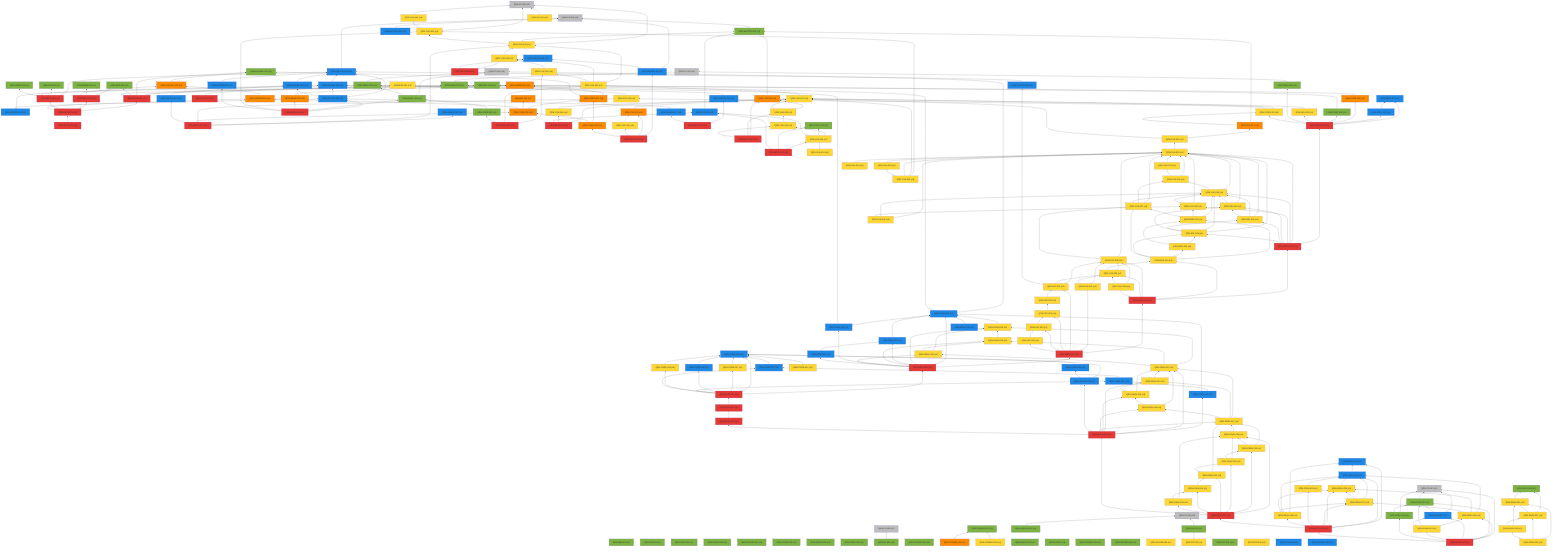
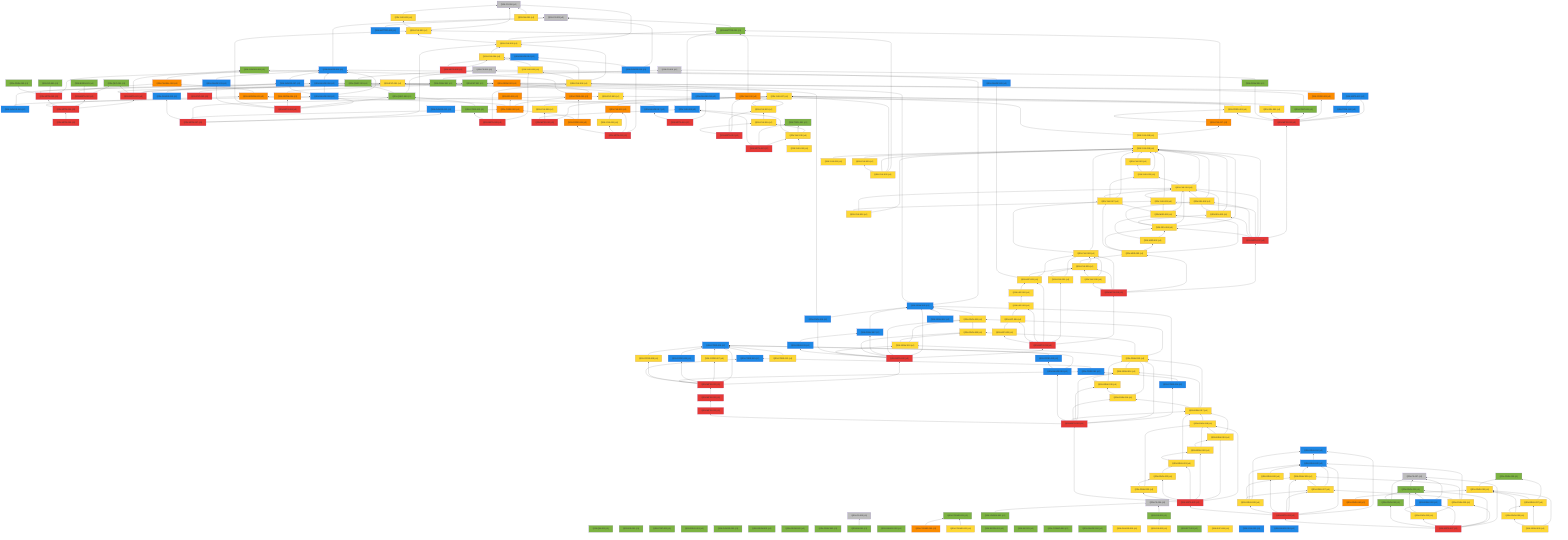
%% 自動生成 (dag/report.pl) — QRN 主張依存グラフ
graph BT
  QRN_C0_001["QRN-C0-001 (c0)"]:::c0
  QRN_C0_002["QRN-C0-002 (c0)"]:::c0
  QRN_C0_003["QRN-C0-003 (c0)"]:::c0
  QRN_C0_004["QRN-C0-004 (c0)"]:::c0
  QRN_C0_005["QRN-C0-005 (c0)"]:::c0
  QRN_C0_006["QRN-C0-006 (c0)"]:::c0
  QRN_QM_001["QRN-QM-001 (c1)"]:::c1
  QRN_GR_001["QRN-GR-001 (c1)"]:::c1
  QRN_STAT_001["QRN-STAT-001 (c1)"]:::c1
  QRN_FIELD_001["QRN-FIELD-001 (c1)"]:::c1
  QRN_GAUGE_001["QRN-GAUGE-001 (c1)"]:::c1
  QRN_ENT_001["QRN-ENT-001 (c1)"]:::c1
  QRN_GEOM_001["QRN-GEOM-001 (c1)"]:::c1
  QRN_GEOM_002["QRN-GEOM-002 (c1)"]:::c1
  QRN_GEOM_003["QRN-GEOM-003 (c3)"]:::c3
  QRN_GRAV_001["QRN-GRAV-001 (c1)"]:::c1
  QRN_GRAV_002["QRN-GRAV-002 (c1)"]:::c1
  QRN_BH_001["QRN-BH-001 (c1)"]:::c1
  QRN_CAUSAL_001["QRN-CAUSAL-001 (c1)"]:::c1
  QRN_CAUSAL_002["QRN-CAUSAL-002 (c3)"]:::c3
  QRN_ER_001["QRN-ER-001 (c3)"]:::c3
  QRN_QEC_001["QRN-QEC-001 (c1)"]:::c1
  QRN_GAUGE_002["QRN-GAUGE-002 (c1)"]:::c1
  QRN_COSMO_001["QRN-COSMO-001 (c1)"]:::c1
  QRN_COSMO_002["QRN-COSMO-002 (c4)"]:::c4
  QRN_COSMO_003["QRN-COSMO-003 (c3)"]:::c3
  QRN_BORN_001["QRN-BORN-001 (c1)"]:::c1
  QRN_BORN_002["QRN-BORN-002 (c1)"]:::c1
  QRN_GRAV_003["QRN-GRAV-003 (c1)"]:::c1
  QRN_KK_001["QRN-KK-001 (c1)"]:::c1
  QRN_MATTER_001["QRN-MATTER-001 (c1)"]:::c1
  QRN_MATTER_002["QRN-MATTER-002 (c2)"]:::c2
  QRN_COSMO_004["QRN-COSMO-004 (c1)"]:::c1
  QRN_EXP_001["QRN-EXP-001 (c4)"]:::c4
  QRN_GAUGE_003["QRN-GAUGE-003 (c2)"]:::c2
  QRN_GAUGE_004["QRN-GAUGE-004 (c1)"]:::c1
  QRN_GAUGE_005["QRN-GAUGE-005 (c4)"]:::c4
  QRN_YUK_001["QRN-YUK-001 (c4)"]:::c4
  QRN_RG_001["QRN-RG-001 (c1)"]:::c1
  QRN_UNRUH_001["QRN-UNRUH-001 (c1)"]:::c1
  QRN_QNEC_001["QRN-QNEC-001 (c1)"]:::c1
  QRN_NU_001["QRN-NU-001 (c4)"]:::c4
  QRN_GAUGE_006["QRN-GAUGE-006 (c2)"]:::c2
  QRN_DS_001["QRN-DS-001 (c1)"]:::c1
  QRN_DS_002["QRN-DS-002 (c4)"]:::c4
  QRN_ARROW_001["QRN-ARROW-001 (c3)"]:::c3
  QRN_GAUGE_007["QRN-GAUGE-007 (c2)"]:::c2
  QRN_EFT_001["QRN-EFT-001 (c1)"]:::c1
  QRN_GAUGE_008["QRN-GAUGE-008 (c2)"]:::c2
  QRN_GAUGE_009["QRN-GAUGE-009 (c2)"]:::c2
  QRN_GAUGE_010["QRN-GAUGE-010 (c2)"]:::c2
  QRN_QNEC_002["QRN-QNEC-002 (c1)"]:::c1
  QRN_GEOM_004["QRN-GEOM-004 (c3)"]:::c3
  QRN_YUK_002["QRN-YUK-002 (c4)"]:::c4
  QRN_EXP_002["QRN-EXP-002 (c5)"]:::c5
  QRN_CORE_001["QRN-CORE-001 (c3)"]:::c3
  QRN_GAUGE_011["QRN-GAUGE-011 (c2)"]:::c2
  QRN_GAUGE_012["QRN-GAUGE-012 (c2)"]:::c2
  QRN_YUK_003["QRN-YUK-003 (c4)"]:::c4
  QRN_EXP_003["QRN-EXP-003 (c4)"]:::c4
  QRN_CORE_002["QRN-CORE-002 (c3)"]:::c3
  QRN_GAUGE_013["QRN-GAUGE-013 (c2)"]:::c2
  QRN_YUK_004["QRN-YUK-004 (c4)"]:::c4
  QRN_GAUGE_014["QRN-GAUGE-014 (c2)"]:::c2
  QRN_META_001["QRN-META-001 (c5)"]:::c5
  QRN_META_002["QRN-META-002 (c5)"]:::c5
  QRN_META_003["QRN-META-003 (c5)"]:::c5
  QRN_META_004["QRN-META-004 (c5)"]:::c5
  QRN_META_005["QRN-META-005 (c5)"]:::c5
  QRN_META_006["QRN-META-006 (c5)"]:::c5
  QRN_META_007["QRN-META-007 (c5)"]:::c5
  QRN_META_008["QRN-META-008 (c5)"]:::c5
  QRN_YUK_005["QRN-YUK-005 (c4)"]:::c4
  QRN_YUK_006["QRN-YUK-006 (c4)"]:::c4
  QRN_CORE_003["QRN-CORE-003 (c1)"]:::c1
  QRN_META_009["QRN-META-009 (c5)"]:::c5
  QRN_YUK_007["QRN-YUK-007 (c4)"]:::c4
  QRN_YUK_008["QRN-YUK-008 (c4)"]:::c4
  QRN_YUK_009["QRN-YUK-009 (c2)"]:::c2
  QRN_META_010["QRN-META-010 (c5)"]:::c5
  QRN_GAUGE_015["QRN-GAUGE-015 (c2)"]:::c2
  QRN_YUK_010["QRN-YUK-010 (c3)"]:::c3
  QRN_YUK_011["QRN-YUK-011 (c4)"]:::c4
  QRN_CORE_004["QRN-CORE-004 (c3)"]:::c3
  QRN_META_011["QRN-META-011 (c5)"]:::c5
  QRN_YUK_012["QRN-YUK-012 (c3)"]:::c3
  QRN_YUK_013["QRN-YUK-013 (c4)"]:::c4
  QRN_YUK_014["QRN-YUK-014 (c4)"]:::c4
  QRN_META_012["QRN-META-012 (c5)"]:::c5
  QRN_TOOL_001["QRN-TOOL-001 (c1)"]:::c1
  QRN_YUK_015["QRN-YUK-015 (c4)"]:::c4
  QRN_META_013["QRN-META-013 (c5)"]:::c5
  QRN_GAUGE_016["QRN-GAUGE-016 (c2)"]:::c2
  QRN_GAUGE_017["QRN-GAUGE-017 (c2)"]:::c2
  QRN_META_014["QRN-META-014 (c5)"]:::c5
  QRN_META_015["QRN-META-015 (c2)"]:::c2
  QRN_TOOL_002["QRN-TOOL-002 (c2)"]:::c2
  QRN_CORE_005["QRN-CORE-005 (c3)"]:::c3
  QRN_CONT_001["QRN-CONT-001 (c1)"]:::c1
  QRN_SEL_001["QRN-SEL-001 (c4)"]:::c4
  QRN_GRAV_004["QRN-GRAV-004 (c1)"]:::c1
  QRN_PRED_001["QRN-PRED-001 (c4)"]:::c4
  QRN_META_016["QRN-META-016 (c5)"]:::c5
  QRN_YUK_016["QRN-YUK-016 (c4)"]:::c4
  QRN_YUK_017["QRN-YUK-017 (c3)"]:::c3
  QRN_YUK_018["QRN-YUK-018 (c4)"]:::c4
  QRN_YUK_019["QRN-YUK-019 (c4)"]:::c4
  QRN_YUK_020["QRN-YUK-020 (c4)"]:::c4
  QRN_YUK_021["QRN-YUK-021 (c4)"]:::c4
  QRN_YUK_022["QRN-YUK-022 (c4)"]:::c4
  QRN_YUK_023["QRN-YUK-023 (c4)"]:::c4
  QRN_YUK_024["QRN-YUK-024 (c4)"]:::c4
  QRN_YUK_025["QRN-YUK-025 (c4)"]:::c4
  QRN_SEL_002["QRN-SEL-002 (c4)"]:::c4
  QRN_SEL_003["QRN-SEL-003 (c4)"]:::c4
  QRN_SEL_004["QRN-SEL-004 (c4)"]:::c4
  QRN_META_017["QRN-META-017 (c5)"]:::c5
  QRN_YUK_026["QRN-YUK-026 (c4)"]:::c4
  QRN_YUK_027["QRN-YUK-027 (c4)"]:::c4
  QRN_MSR_001["QRN-MSR-001 (c4)"]:::c4
  QRN_MSR_002["QRN-MSR-002 (c4)"]:::c4
  QRN_MSR_003["QRN-MSR-003 (c4)"]:::c4
  QRN_YUK_028["QRN-YUK-028 (c4)"]:::c4
  QRN_YUK_029["QRN-YUK-029 (c4)"]:::c4
  QRN_YUK_030["QRN-YUK-030 (c4)"]:::c4
  QRN_META_018["QRN-META-018 (c5)"]:::c5
  QRN_YUK_031["QRN-YUK-031 (c4)"]:::c4
  QRN_LEP_001["QRN-LEP-001 (c4)"]:::c4
  QRN_LEP_002["QRN-LEP-002 (c4)"]:::c4
  QRN_LEP_003["QRN-LEP-003 (c4)"]:::c4
  QRN_LEP_004["QRN-LEP-004 (c4)"]:::c4
  QRN_LEP_005["QRN-LEP-005 (c4)"]:::c4
  QRN_META_019["QRN-META-019 (c5)"]:::c5
  QRN_GRAV_005["QRN-GRAV-005 (c2)"]:::c2
  QRN_GRAV_006["QRN-GRAV-006 (c4)"]:::c4
  QRN_GRAV_007["QRN-GRAV-007 (c2)"]:::c2
  QRN_GRAV_008["QRN-GRAV-008 (c4)"]:::c4
  QRN_GRAV_009["QRN-GRAV-009 (c2)"]:::c2
  QRN_GRAV_010["QRN-GRAV-010 (c4)"]:::c4
  QRN_GRAV_011["QRN-GRAV-011 (c2)"]:::c2
  QRN_META_020["QRN-META-020 (c5)"]:::c5
  QRN_CORE_006["QRN-CORE-006 (c2)"]:::c2
  QRN_CORE_007["QRN-CORE-007 (c4)"]:::c4
  QRN_CORE_008["QRN-CORE-008 (c2)"]:::c2
  QRN_CORE_009["QRN-CORE-009 (c4)"]:::c4
  QRN_CORE_010["QRN-CORE-010 (c2)"]:::c2
  QRN_CORE_011["QRN-CORE-011 (c2)"]:::c2
  QRN_META_021["QRN-META-021 (c5)"]:::c5
  QRN_CORE_012["QRN-CORE-012 (c4)"]:::c4
  QRN_EXP_004["QRN-EXP-004 (c4)"]:::c4
  QRN_CORE_013["QRN-CORE-013 (c2)"]:::c2
  QRN_GRAV_012["QRN-GRAV-012 (c2)"]:::c2
  QRN_YUK_032["QRN-YUK-032 (c2)"]:::c2
  QRN_GAUGE_018["QRN-GAUGE-018 (c2)"]:::c2
  QRN_META_022["QRN-META-022 (c5)"]:::c5
  QRN_META_023["QRN-META-023 (c5)"]:::c5
  QRN_CORE_014["QRN-CORE-014 (c2)"]:::c2
  QRN_GRAV_013["QRN-GRAV-013 (c4)"]:::c4
  QRN_GRAV_014["QRN-GRAV-014 (c4)"]:::c4
  QRN_GRAV_015["QRN-GRAV-015 (c4)"]:::c4
  QRN_GRAV_016["QRN-GRAV-016 (c4)"]:::c4
  QRN_GRAV_017["QRN-GRAV-017 (c4)"]:::c4
  QRN_GAUGE_019["QRN-GAUGE-019 (c2)"]:::c2
  QRN_META_024["QRN-META-024 (c5)"]:::c5
  QRN_GRAV_018["QRN-GRAV-018 (c4)"]:::c4
  QRN_GRAV_019["QRN-GRAV-019 (c4)"]:::c4
  QRN_GRAV_020["QRN-GRAV-020 (c4)"]:::c4
  QRN_GRAV_021["QRN-GRAV-021 (c4)"]:::c4
  QRN_GRAV_022["QRN-GRAV-022 (c4)"]:::c4
  QRN_GRAV_023["QRN-GRAV-023 (c4)"]:::c4
  QRN_META_025["QRN-META-025 (c5)"]:::c5
  QRN_GRAV_024["QRN-GRAV-024 (c2)"]:::c2
  QRN_GRAV_025["QRN-GRAV-025 (c2)"]:::c2
  QRN_GRAV_026["QRN-GRAV-026 (c4)"]:::c4
  QRN_GRAV_027["QRN-GRAV-027 (c4)"]:::c4
  QRN_GRAV_028["QRN-GRAV-028 (c4)"]:::c4
  QRN_GRAV_029["QRN-GRAV-029 (c4)"]:::c4
  QRN_META_026["QRN-META-026 (c5)"]:::c5
  QRN_GRAV_030["QRN-GRAV-030 (c4)"]:::c4
  QRN_C0_007["QRN-C0-007 (c0)"]:::c0
  QRN_GRAV_031["QRN-GRAV-031 (c1)"]:::c1
  QRN_GRAV_032["QRN-GRAV-032 (c2)"]:::c2
  QRN_GRAV_033["QRN-GRAV-033 (c4)"]:::c4
  QRN_GRAV_034["QRN-GRAV-034 (c1)"]:::c1
  QRN_META_027["QRN-META-027 (c5)"]:::c5
  QRN_YUK_033["QRN-YUK-033 (c4)"]:::c4
  QRN_GRAV_035["QRN-GRAV-035 (c1)"]:::c1
  QRN_GRAV_036["QRN-GRAV-036 (c4)"]:::c4
  QRN_GRAV_037["QRN-GRAV-037 (c4)"]:::c4
  QRN_GRAV_038["QRN-GRAV-038 (c4)"]:::c4
  QRN_GRAV_039["QRN-GRAV-039 (c4)"]:::c4
+   QRN_GRAV_040["QRN-GRAV-040 (c3)"]:::c3
  QRN_GRAV_001 --> QRN_C0_001
  QRN_BH_001 --> QRN_C0_003
  QRN_CAUSAL_002 --> QRN_CAUSAL_001
  QRN_COSMO_002 --> QRN_COSMO_001
  QRN_COSMO_003 --> QRN_COSMO_001
  QRN_MATTER_001 --> QRN_C0_005
  QRN_MATTER_002 --> QRN_C0_005
  QRN_GAUGE_003 --> QRN_C0_005
  QRN_YUK_001 --> QRN_C0_006
  QRN_UNRUH_001 --> QRN_C0_004
  QRN_QNEC_001 --> QRN_C0_002
  QRN_NU_001 --> QRN_C0_006
  QRN_GAUGE_006 --> QRN_GAUGE_003
  QRN_DS_001 --> QRN_C0_004
  QRN_DS_002 --> QRN_DS_001
  QRN_ARROW_001 --> QRN_CAUSAL_002
  QRN_GAUGE_007 --> QRN_GAUGE_003
  QRN_GAUGE_008 --> QRN_GAUGE_003
  QRN_GAUGE_008 --> QRN_GAUGE_006
  QRN_GAUGE_008 --> QRN_GAUGE_007
  QRN_GAUGE_009 --> QRN_GAUGE_003
  QRN_GAUGE_010 --> QRN_GAUGE_006
  QRN_GAUGE_010 --> QRN_GAUGE_008
  QRN_QNEC_002 --> QRN_C0_002
  QRN_QNEC_002 --> QRN_QNEC_001
  QRN_GEOM_004 --> QRN_GEOM_003
  QRN_YUK_002 --> QRN_C0_006
  QRN_YUK_002 --> QRN_YUK_001
  QRN_EXP_002 --> QRN_EXP_001
  QRN_CORE_001 --> QRN_GEOM_003
  QRN_CORE_001 --> QRN_CAUSAL_001
  QRN_GAUGE_011 --> QRN_GAUGE_003
  QRN_YUK_003 --> QRN_C0_006
  QRN_YUK_003 --> QRN_MATTER_001
  QRN_YUK_003 --> QRN_YUK_002
  QRN_EXP_003 --> QRN_EXP_001
  QRN_CORE_002 --> QRN_CORE_001
  QRN_CORE_002 --> QRN_ER_001
  QRN_CORE_002 --> QRN_ARROW_001
  QRN_GAUGE_013 --> QRN_GAUGE_007
  QRN_YUK_004 --> QRN_YUK_003
  QRN_META_001 --> QRN_GEOM_003
  QRN_META_001 --> QRN_GRAV_001
  QRN_META_001 --> QRN_CAUSAL_001
  QRN_META_001 --> QRN_QEC_001
  QRN_META_001 --> QRN_ENT_001
  QRN_META_002 --> QRN_QEC_001
  QRN_META_002 --> QRN_BORN_001
  QRN_META_002 --> QRN_CAUSAL_002
  QRN_META_003 --> QRN_GAUGE_003
  QRN_META_003 --> QRN_RG_001
  QRN_META_003 --> QRN_QNEC_001
  QRN_META_003 --> QRN_GRAV_003
  QRN_META_004 --> QRN_META_001
  QRN_META_004 --> QRN_META_002
  QRN_META_004 --> QRN_META_003
  QRN_META_004 --> QRN_ARROW_001
  QRN_META_005 --> QRN_META_004
  QRN_META_006 --> QRN_GAUGE_008
  QRN_META_006 --> QRN_QNEC_002
  QRN_META_006 --> QRN_GEOM_004
  QRN_META_006 --> QRN_YUK_002
  QRN_META_006 --> QRN_GAUGE_011
  QRN_META_007 --> QRN_GAUGE_012
  QRN_META_007 --> QRN_YUK_003
  QRN_META_007 --> QRN_EXP_003
  QRN_META_007 --> QRN_CORE_002
  QRN_META_007 --> QRN_GAUGE_013
  QRN_META_008 --> QRN_YUK_004
  QRN_META_008 --> QRN_GAUGE_014
  QRN_YUK_005 --> QRN_YUK_004
  QRN_YUK_006 --> QRN_YUK_003
  QRN_YUK_006 --> QRN_YUK_004
  QRN_YUK_006 --> QRN_YUK_005
  QRN_CORE_003 --> QRN_QNEC_002
  QRN_META_009 --> QRN_YUK_005
  QRN_META_009 --> QRN_YUK_006
  QRN_META_009 --> QRN_CORE_003
  QRN_YUK_007 --> QRN_YUK_006
  QRN_YUK_008 --> QRN_YUK_007
  QRN_YUK_009 --> QRN_MATTER_001
  QRN_META_010 --> QRN_YUK_007
  QRN_META_010 --> QRN_YUK_008
  QRN_META_010 --> QRN_YUK_009
  QRN_GAUGE_015 --> QRN_C0_005
  QRN_GAUGE_015 --> QRN_GAUGE_014
  QRN_YUK_010 --> QRN_YUK_007
  QRN_YUK_011 --> QRN_YUK_010
  QRN_CORE_004 --> QRN_CORE_001
  QRN_CORE_004 --> QRN_CORE_002
  QRN_META_011 --> QRN_GAUGE_015
  QRN_META_011 --> QRN_YUK_010
  QRN_META_011 --> QRN_YUK_011
  QRN_META_011 --> QRN_CORE_004
  QRN_YUK_012 --> QRN_MATTER_001
  QRN_YUK_013 --> QRN_YUK_012
  QRN_YUK_013 --> QRN_YUK_007
  QRN_YUK_014 --> QRN_YUK_013
  QRN_META_012 --> QRN_YUK_012
  QRN_META_012 --> QRN_YUK_013
  QRN_META_012 --> QRN_YUK_014
  QRN_YUK_015 --> QRN_YUK_014
  QRN_YUK_015 --> QRN_TOOL_001
  QRN_YUK_015 --> QRN_YUK_009
  QRN_META_013 --> QRN_YUK_015
  QRN_META_013 --> QRN_TOOL_001
  QRN_META_013 --> QRN_YUK_009
  QRN_GAUGE_016 --> QRN_GAUGE_006
  QRN_GAUGE_017 --> QRN_GAUGE_008
  QRN_META_014 --> QRN_GAUGE_016
  QRN_META_014 --> QRN_GAUGE_017
  QRN_TOOL_002 --> QRN_META_015
  QRN_CORE_005 --> QRN_GEOM_003
  QRN_CONT_001 --> QRN_ENT_001
  QRN_SEL_001 --> QRN_YUK_007
  QRN_GRAV_004 --> QRN_C0_001
  QRN_PRED_001 --> QRN_YUK_007
  QRN_PRED_001 --> QRN_EXP_003
  QRN_META_016 --> QRN_META_015
  QRN_META_016 --> QRN_TOOL_002
  QRN_META_016 --> QRN_CORE_005
  QRN_META_016 --> QRN_CONT_001
  QRN_META_016 --> QRN_SEL_001
  QRN_META_016 --> QRN_GRAV_004
  QRN_META_016 --> QRN_PRED_001
  QRN_YUK_016 --> QRN_YUK_015
  QRN_YUK_017 --> QRN_MATTER_001
  QRN_YUK_017 --> QRN_PRED_001
  QRN_YUK_018 --> QRN_YUK_017
  QRN_YUK_018 --> QRN_YUK_007
  QRN_YUK_019 --> QRN_YUK_018
  QRN_YUK_020 --> QRN_YUK_019
  QRN_YUK_021 --> QRN_YUK_019
  QRN_YUK_022 --> QRN_YUK_019
  QRN_YUK_023 --> QRN_YUK_019
  QRN_YUK_023 --> QRN_YUK_022
  QRN_YUK_024 --> QRN_YUK_019
  QRN_YUK_024 --> QRN_YUK_023
  QRN_YUK_025 --> QRN_YUK_019
  QRN_YUK_025 --> QRN_YUK_024
  QRN_SEL_002 --> QRN_YUK_019
  QRN_SEL_002 --> QRN_YUK_024
  QRN_SEL_003 --> QRN_YUK_019
  QRN_SEL_003 --> QRN_YUK_024
  QRN_SEL_003 --> QRN_SEL_002
  QRN_SEL_004 --> QRN_YUK_019
  QRN_SEL_004 --> QRN_YUK_024
  QRN_SEL_004 --> QRN_SEL_002
  QRN_SEL_004 --> QRN_SEL_003
  QRN_META_017 --> QRN_META_016
  QRN_META_017 --> QRN_YUK_019
  QRN_META_017 --> QRN_YUK_024
  QRN_META_017 --> QRN_YUK_025
  QRN_META_017 --> QRN_SEL_002
  QRN_META_017 --> QRN_SEL_003
  QRN_META_017 --> QRN_SEL_004
  QRN_YUK_026 --> QRN_YUK_019
  QRN_YUK_026 --> QRN_YUK_024
  QRN_YUK_026 --> QRN_YUK_025
  QRN_YUK_027 --> QRN_YUK_019
  QRN_YUK_027 --> QRN_YUK_023
  QRN_YUK_027 --> QRN_YUK_024
  QRN_MSR_001 --> QRN_YUK_024
  QRN_MSR_001 --> QRN_YUK_025
  QRN_MSR_001 --> QRN_YUK_027
  QRN_MSR_002 --> QRN_SEL_004
  QRN_MSR_002 --> QRN_MSR_001
  QRN_MSR_003 --> QRN_MSR_001
  QRN_MSR_003 --> QRN_MSR_002
  QRN_MSR_003 --> QRN_SEL_004
  QRN_MSR_003 --> QRN_YUK_027
  QRN_YUK_028 --> QRN_YUK_019
  QRN_YUK_028 --> QRN_YUK_027
  QRN_YUK_029 --> QRN_YUK_028
  QRN_YUK_029 --> QRN_MSR_003
  QRN_YUK_030 --> QRN_YUK_028
  QRN_YUK_030 --> QRN_YUK_029
  QRN_META_018 --> QRN_META_017
  QRN_META_018 --> QRN_MSR_003
  QRN_META_018 --> QRN_YUK_028
  QRN_META_018 --> QRN_YUK_029
  QRN_META_018 --> QRN_YUK_030
  QRN_YUK_031 --> QRN_YUK_028
  QRN_YUK_031 --> QRN_YUK_029
  QRN_LEP_001 --> QRN_YUK_028
  QRN_LEP_001 --> QRN_YUK_029
  QRN_LEP_001 --> QRN_GAUGE_009
  QRN_LEP_002 --> QRN_LEP_001
  QRN_LEP_003 --> QRN_LEP_002
  QRN_LEP_004 --> QRN_LEP_003
  QRN_LEP_005 --> QRN_LEP_004
  QRN_META_019 --> QRN_META_018
  QRN_META_019 --> QRN_YUK_031
  QRN_META_019 --> QRN_LEP_001
  QRN_META_019 --> QRN_LEP_003
  QRN_META_019 --> QRN_LEP_004
  QRN_META_019 --> QRN_LEP_005
  QRN_GRAV_005 --> QRN_C0_002
  QRN_GRAV_005 --> QRN_GRAV_001
  QRN_GRAV_006 --> QRN_GRAV_005
  QRN_GRAV_007 --> QRN_GRAV_005
  QRN_GRAV_008 --> QRN_GRAV_006
  QRN_GRAV_009 --> QRN_GRAV_005
  QRN_GRAV_009 --> QRN_QNEC_001
  QRN_GRAV_010 --> QRN_GRAV_006
  QRN_GRAV_010 --> QRN_GRAV_008
  QRN_GRAV_011 --> QRN_GRAV_007
  QRN_META_020 --> QRN_META_019
  QRN_META_020 --> QRN_GRAV_005
  QRN_META_020 --> QRN_GRAV_006
  QRN_META_020 --> QRN_GRAV_007
  QRN_META_020 --> QRN_GRAV_008
  QRN_META_020 --> QRN_GRAV_009
  QRN_META_020 --> QRN_GRAV_010
  QRN_META_020 --> QRN_GRAV_011
  QRN_CORE_007 --> QRN_CORE_006
  QRN_CORE_008 --> QRN_CORE_006
  QRN_CORE_009 --> QRN_CORE_006
  QRN_CORE_010 --> QRN_CORE_006
  QRN_CORE_011 --> QRN_CORE_010
  QRN_META_021 --> QRN_META_020
  QRN_META_021 --> QRN_CORE_006
  QRN_META_021 --> QRN_CORE_007
  QRN_META_021 --> QRN_CORE_008
  QRN_META_021 --> QRN_CORE_009
  QRN_META_021 --> QRN_CORE_010
  QRN_META_021 --> QRN_CORE_011
  QRN_CORE_012 --> QRN_CORE_006
  QRN_CORE_013 --> QRN_CORE_006
  QRN_GRAV_012 --> QRN_GRAV_005
  QRN_META_022 --> QRN_META_021
  QRN_META_023 --> QRN_META_022
  QRN_CORE_014 --> QRN_CORE_011
  QRN_CORE_014 --> QRN_GRAV_005
  QRN_GRAV_013 --> QRN_GRAV_006
  QRN_GRAV_013 --> QRN_GRAV_008
  QRN_GRAV_013 --> QRN_GRAV_010
  QRN_GRAV_014 --> QRN_GRAV_013
  QRN_GRAV_015 --> QRN_GRAV_013
  QRN_GRAV_015 --> QRN_GRAV_014
  QRN_GRAV_016 --> QRN_GRAV_013
  QRN_GRAV_016 --> QRN_GRAV_015
  QRN_GRAV_017 --> QRN_GRAV_013
  QRN_GRAV_017 --> QRN_GRAV_014
  QRN_GRAV_017 --> QRN_GRAV_016
  QRN_GAUGE_019 --> QRN_CORE_006
  QRN_GAUGE_019 --> QRN_CORE_013
  QRN_META_024 --> QRN_CORE_014
  QRN_META_024 --> QRN_GRAV_013
  QRN_META_024 --> QRN_GRAV_014
  QRN_META_024 --> QRN_GRAV_015
  QRN_META_024 --> QRN_GRAV_016
  QRN_META_024 --> QRN_GRAV_017
  QRN_META_024 --> QRN_GAUGE_019
  QRN_META_024 --> QRN_META_023
  QRN_GRAV_018 --> QRN_GRAV_017
  QRN_GRAV_019 --> QRN_GRAV_017
  QRN_GRAV_019 --> QRN_GRAV_018
  QRN_GRAV_020 --> QRN_GRAV_018
  QRN_GRAV_020 --> QRN_GRAV_019
  QRN_GRAV_021 --> QRN_GRAV_017
  QRN_GRAV_021 --> QRN_GRAV_020
  QRN_GRAV_022 --> QRN_GRAV_021
  QRN_GRAV_023 --> QRN_GRAV_018
  QRN_GRAV_023 --> QRN_GRAV_022
  QRN_META_025 --> QRN_GRAV_018
  QRN_META_025 --> QRN_GRAV_019
  QRN_META_025 --> QRN_GRAV_020
  QRN_META_025 --> QRN_GRAV_021
  QRN_META_025 --> QRN_GRAV_022
  QRN_META_025 --> QRN_GRAV_023
  QRN_META_025 --> QRN_META_024
  QRN_GRAV_025 --> QRN_GRAV_024
  QRN_GRAV_026 --> QRN_GRAV_025
  QRN_GRAV_027 --> QRN_GRAV_025
  QRN_GRAV_027 --> QRN_GRAV_026
  QRN_GRAV_028 --> QRN_GRAV_025
  QRN_GRAV_029 --> QRN_GRAV_024
  QRN_GRAV_029 --> QRN_GRAV_025
  QRN_GRAV_029 --> QRN_GRAV_026
  QRN_GRAV_029 --> QRN_GRAV_027
  QRN_META_026 --> QRN_GRAV_024
  QRN_META_026 --> QRN_GRAV_025
  QRN_META_026 --> QRN_GRAV_026
  QRN_META_026 --> QRN_GRAV_027
  QRN_META_026 --> QRN_GRAV_028
  QRN_META_026 --> QRN_GRAV_029
  QRN_META_026 --> QRN_META_025
  QRN_GRAV_030 --> QRN_GRAV_025
  QRN_GRAV_030 --> QRN_GRAV_026
  QRN_GRAV_030 --> QRN_GRAV_027
  QRN_GRAV_031 --> QRN_C0_007
  QRN_GRAV_032 --> QRN_C0_007
  QRN_GRAV_032 --> QRN_GRAV_031
  QRN_GRAV_033 --> QRN_GRAV_030
  QRN_GRAV_033 --> QRN_GRAV_031
  QRN_GRAV_033 --> QRN_GRAV_032
  QRN_GRAV_034 --> QRN_C0_007
  QRN_GRAV_034 --> QRN_GRAV_031
  QRN_META_027 --> QRN_C0_007
  QRN_META_027 --> QRN_GRAV_030
  QRN_META_027 --> QRN_GRAV_031
  QRN_META_027 --> QRN_GRAV_032
  QRN_META_027 --> QRN_GRAV_033
  QRN_META_027 --> QRN_GRAV_034
  QRN_META_027 --> QRN_META_026
  QRN_YUK_033 --> QRN_YUK_002
  QRN_YUK_033 --> QRN_YUK_007
  QRN_YUK_033 --> QRN_YUK_019
  QRN_YUK_033 --> QRN_YUK_020
  QRN_GRAV_036 --> QRN_GRAV_035
  QRN_GRAV_037 --> QRN_GRAV_035
  QRN_GRAV_037 --> QRN_GRAV_036
  QRN_GRAV_038 --> QRN_GRAV_036
  QRN_GRAV_038 --> QRN_GRAV_037
  QRN_GRAV_039 --> QRN_GRAV_036
  QRN_GRAV_039 --> QRN_GRAV_037
  QRN_GRAV_039 --> QRN_GRAV_038
+   QRN_GRAV_040 --> QRN_GRAV_036
  classDef c0 fill:#bdbdbd
  classDef c1 fill:#7cb342
  classDef c2 fill:#1e88e5
  classDef c3 fill:#fb8c00
  classDef c4 fill:#fdd835
  classDef c5 fill:#e53935
